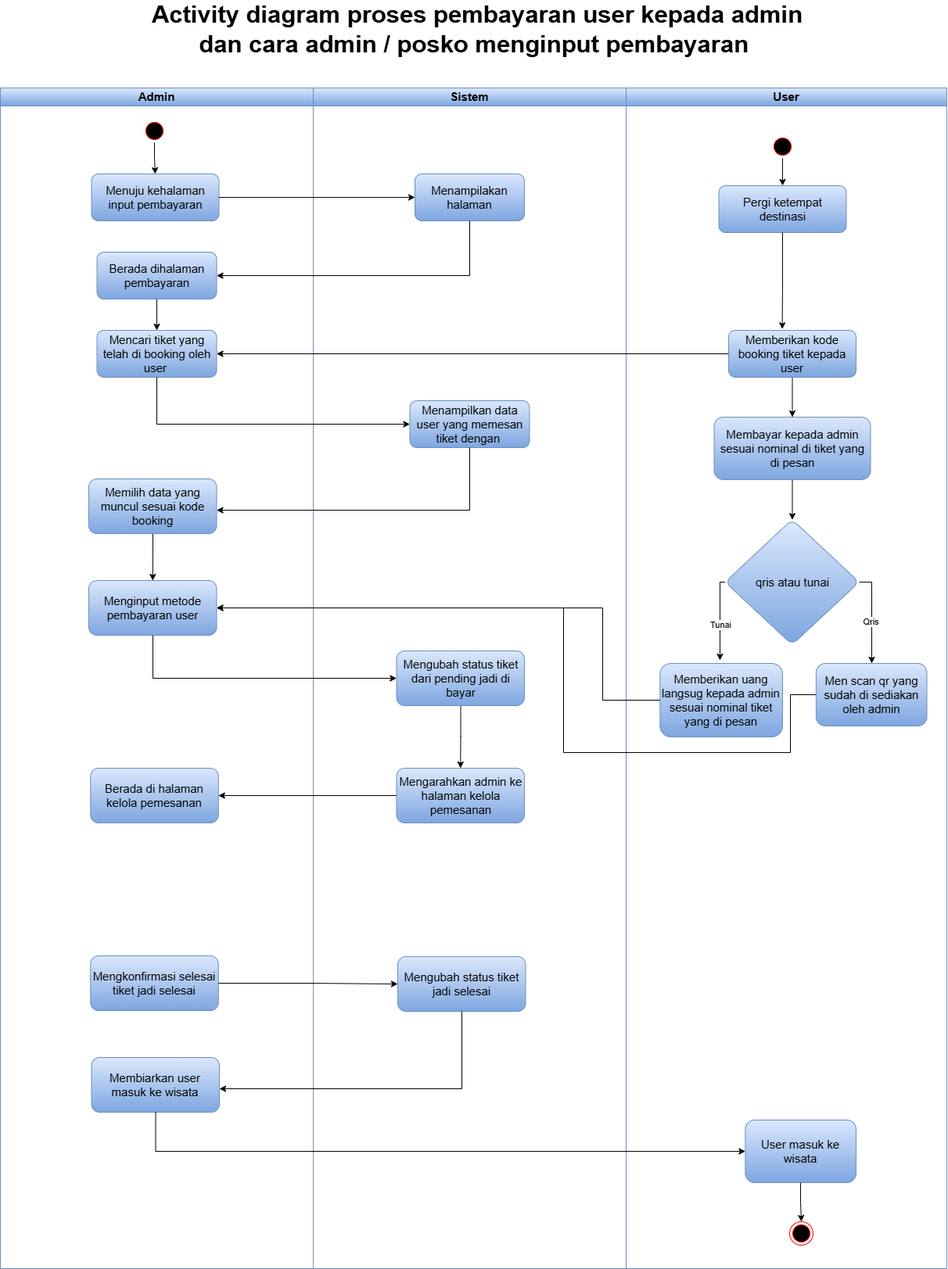
This is uml/diagram_activity.drawio.png from azqyanrl/Tiket_wisata_labuanbajo, a draw.io export, as it was before one commit. Source tidied: cells renumbered, new cells last; positions are measured from the earlier drawing's top-left corner, leaving out a move shared by most shapes.
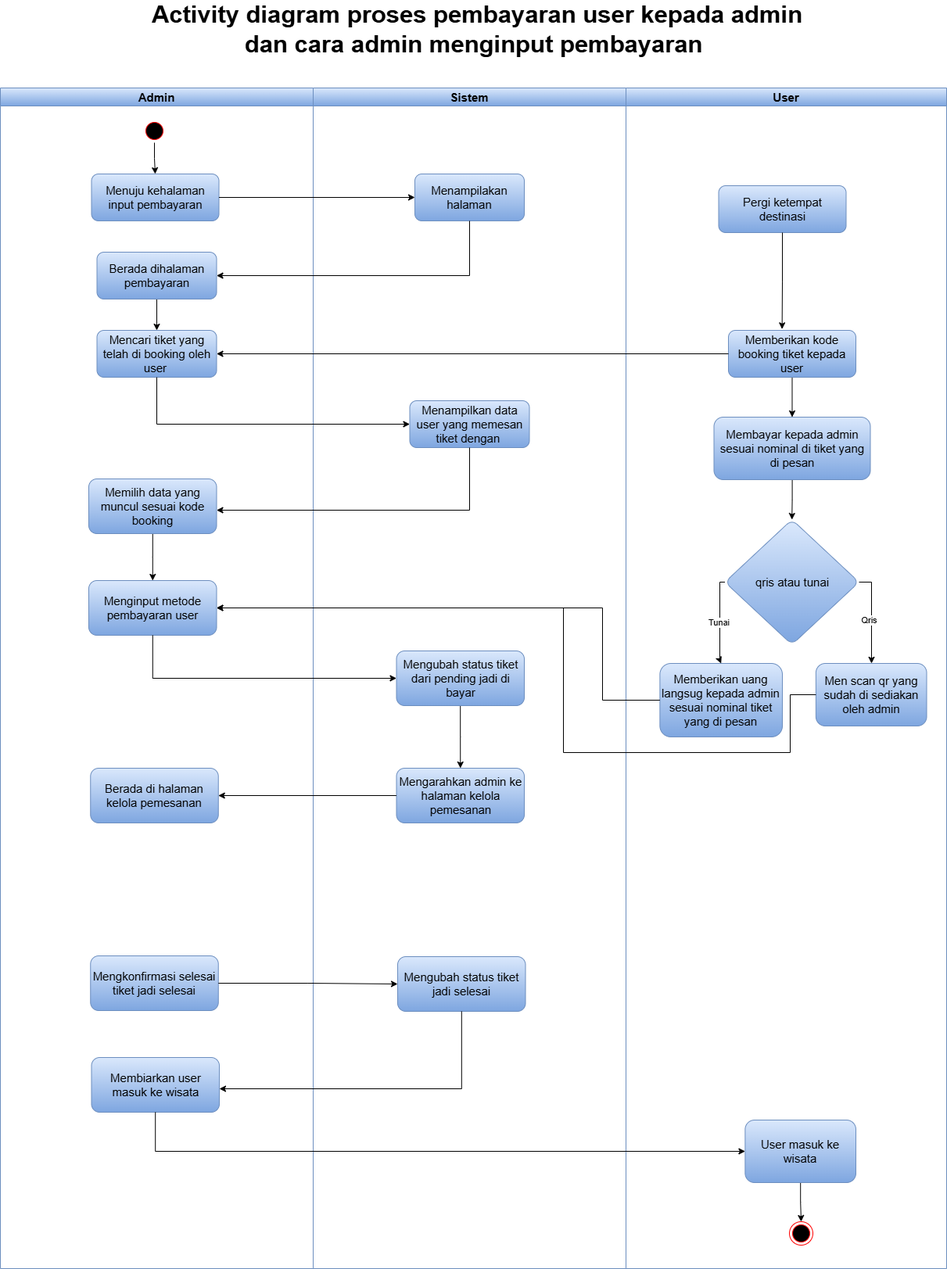
The same file after the commit.

Diff of the diagram source:
```diff
@@ -65,12 +65,6 @@
     <mxCell id="22" value="User" style="swimlane;whiteSpace=wrap;fontSize=15;startSize=23;fillColor=#dae8fc;gradientColor=#7ea6e0;strokeColor=#6c8ebf;" parent="1" vertex="1">
       <mxGeometry x="800" y="90" width="410" height="1510" as="geometry" />
     </mxCell>
-    <mxCell id="23" style="edgeStyle=orthogonalEdgeStyle;rounded=0;jettySize=auto;html=1;" parent="22" edge="1" source="24" target="25">
-      <mxGeometry relative="1" as="geometry" />
-    </mxCell>
-    <mxCell id="24" style="ellipse;shape=startState;fillColor=#000000;strokeColor=#ff0000;fontSize=15;" parent="22" vertex="1">
-      <mxGeometry x="185" y="60" width="30" height="30" as="geometry" />
-    </mxCell>
     <mxCell id="25" value="Pergi ketempat destinasi" style="rounded=1;whiteSpace=wrap;html=1;fillColor=#dae8fc;gradientColor=#7ea6e0;strokeColor=#6c8ebf;fontSize=15;" parent="22" vertex="1">
       <mxGeometry x="118.5" y="125" width="163" height="60" as="geometry" />
     </mxCell>
@@ -203,7 +197,7 @@
         </Array>
       </mxGeometry>
     </mxCell>
-    <mxCell id="53" value="&lt;font style=&quot;font-size: 31px;&quot;&gt;&lt;b style=&quot;&quot;&gt;Activity diagram proses pembayaran user kepada admin dan cara admin / posko menginput pembayaran&amp;nbsp;&lt;/b&gt;&lt;/font&gt;" style="text;html=1;align=center;verticalAlign=middle;whiteSpace=wrap;rounded=0;" parent="1" vertex="1">
+    <mxCell id="53" value="&lt;font style=&quot;font-size: 31px;&quot;&gt;&lt;b style=&quot;&quot;&gt;Activity diagram proses pembayaran user kepada admin dan cara admin menginput pembayaran&amp;nbsp;&lt;/b&gt;&lt;/font&gt;" style="text;html=1;align=center;verticalAlign=middle;whiteSpace=wrap;rounded=0;" parent="1" vertex="1">
       <mxGeometry x="185" width="850" height="30" as="geometry" />
     </mxCell>
   </root>
```
